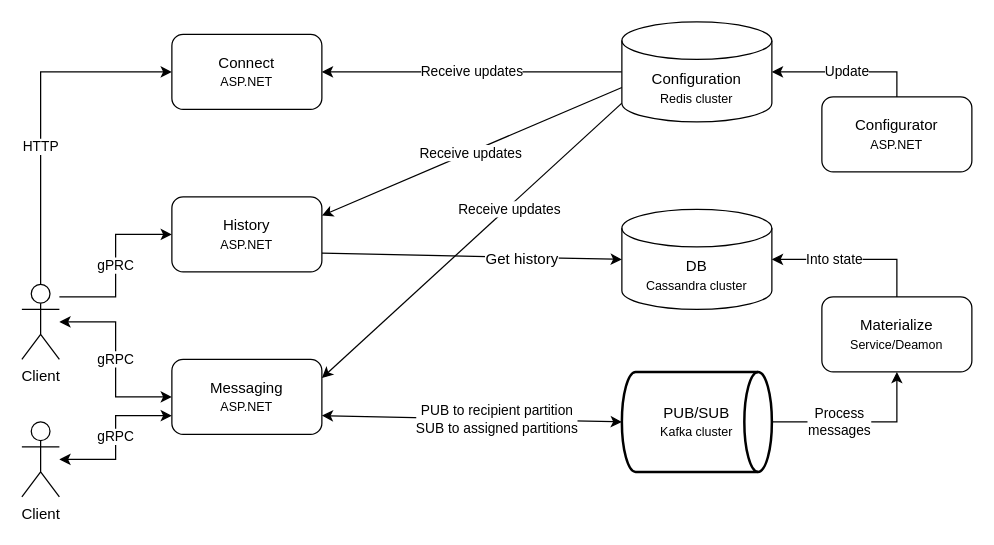
The draw.io diagram docs/cecochat-01-overall.drawio in cvetomir-todorov/CecoChat, before the edit. Source tidied: cells renumbered, new cells numbered last; positions are measured from the earlier drawing's top-left corner, leaving out a move shared by most shapes. Both pictures are drawn from the tidied source at 125%, with x=0, y=0 at pixel (21, 21).
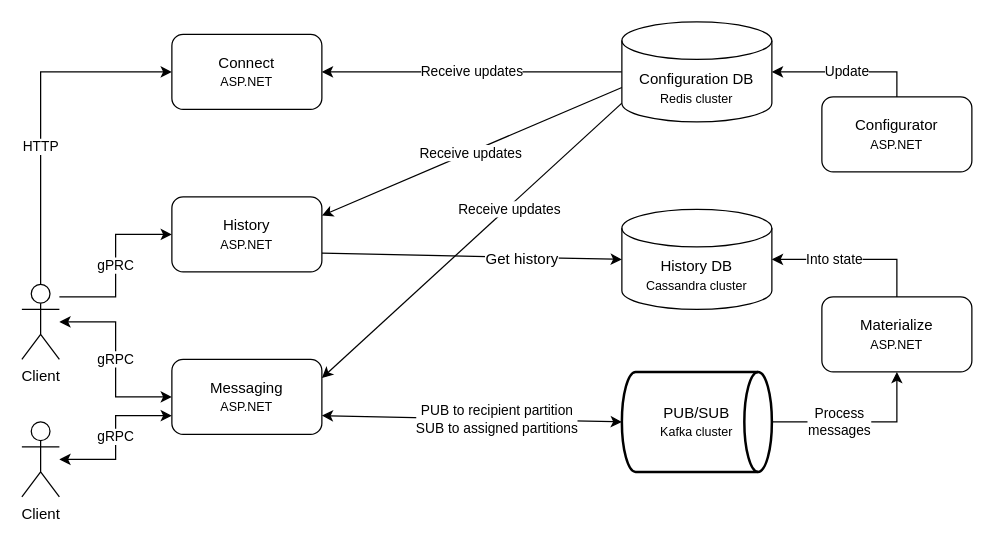
The same page after the edit.

Commit message (it also covers changes not shown here):
Add overall design image and try to include it in README via relative path

Diff of the diagram source:
```diff
@@
-    <mxCell id="12" value="DB&lt;br&gt;&lt;font style=&quot;font-size: 10px&quot;&gt;Cassandra cluster&lt;/font&gt;" style="shape=cylinder3;whiteSpace=wrap;html=1;boundedLbl=1;backgroundOutline=1;size=15;" parent="1" vertex="1">
+    <mxCell id="12" value="History DB&lt;br&gt;&lt;font style=&quot;font-size: 10px&quot;&gt;Cassandra cluster&lt;/font&gt;" style="shape=cylinder3;whiteSpace=wrap;html=1;boundedLbl=1;backgroundOutline=1;size=15;" parent="1" vertex="1">
       <mxGeometry x="480" y="150" width="120" height="80" as="geometry" />
     </mxCell>
@@
-    <mxCell id="17" value="Materialize&lt;br&gt;&lt;font style=&quot;font-size: 10px&quot;&gt;Service/Deamon&lt;/font&gt;" style="rounded=1;whiteSpace=wrap;html=1;" parent="1" vertex="1">
+    <mxCell id="17" value="Materialize&lt;br&gt;&lt;font style=&quot;font-size: 10px&quot;&gt;ASP.NET&lt;/font&gt;" style="rounded=1;whiteSpace=wrap;html=1;" parent="1" vertex="1">
       <mxGeometry x="640" y="220" width="120" height="60" as="geometry" />
     </mxCell>
@@
-    <mxCell id="21" value="Configuration&lt;br&gt;&lt;font style=&quot;font-size: 10px&quot;&gt;Redis cluster&lt;/font&gt;" style="shape=cylinder3;whiteSpace=wrap;html=1;boundedLbl=1;backgroundOutline=1;size=15;" parent="1" vertex="1">
+    <mxCell id="21" value="Configuration DB&lt;br&gt;&lt;font style=&quot;font-size: 10px&quot;&gt;Redis cluster&lt;/font&gt;" style="shape=cylinder3;whiteSpace=wrap;html=1;boundedLbl=1;backgroundOutline=1;size=15;" parent="1" vertex="1">
       <mxGeometry x="480" width="120" height="80" as="geometry" />
     </mxCell>
```
